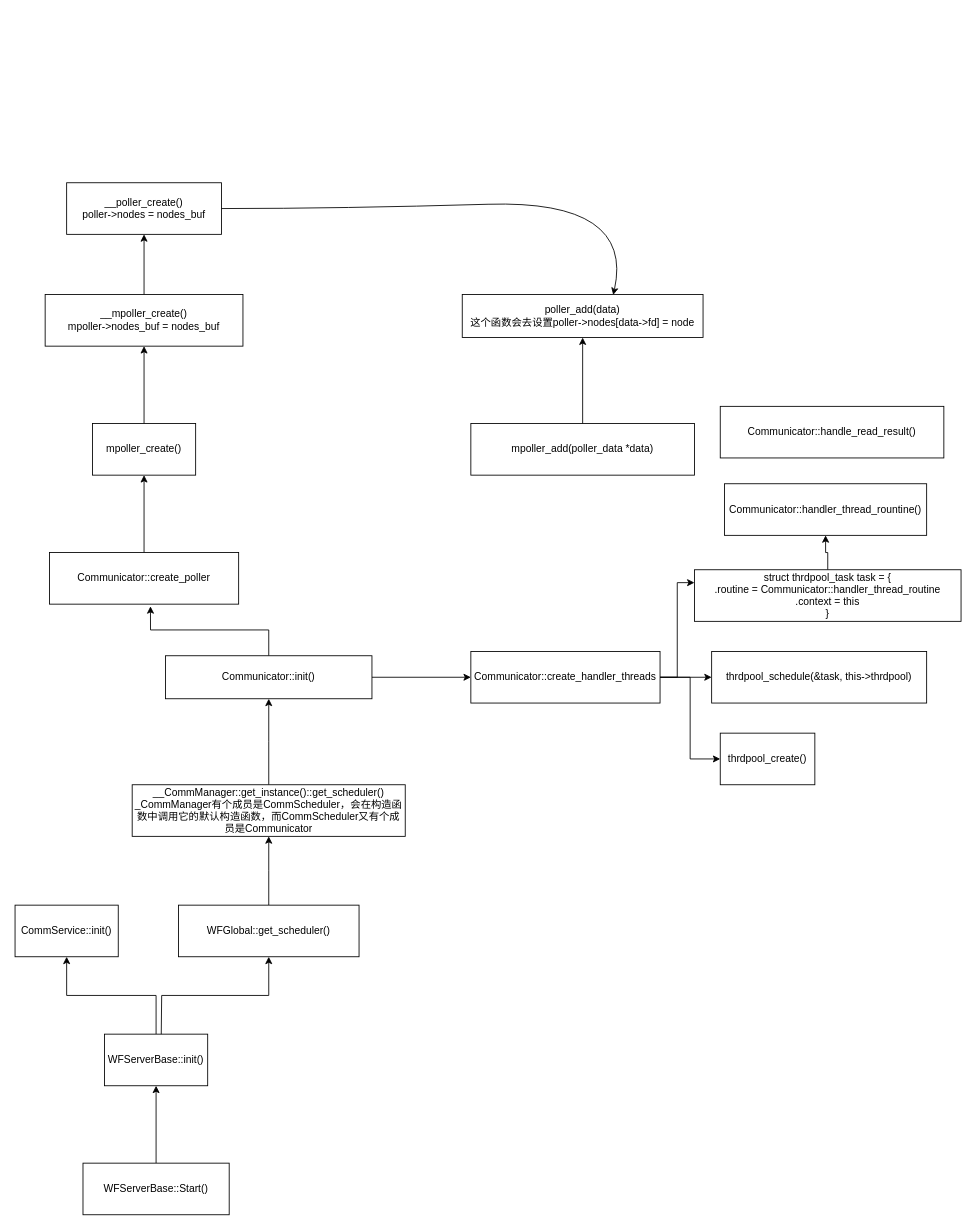
Before: Untitled Diagram.drawio in doudou215/regret_q_learning, a draw.io diagram. Source tidied: cells renumbered, new cells numbered last; positions are measured from the earlier drawing's top-left corner, leaving out a move shared by most shapes. Both pictures are drawn from the tidied source at 86%, with x=0, y=0 at pixel (15, 182).
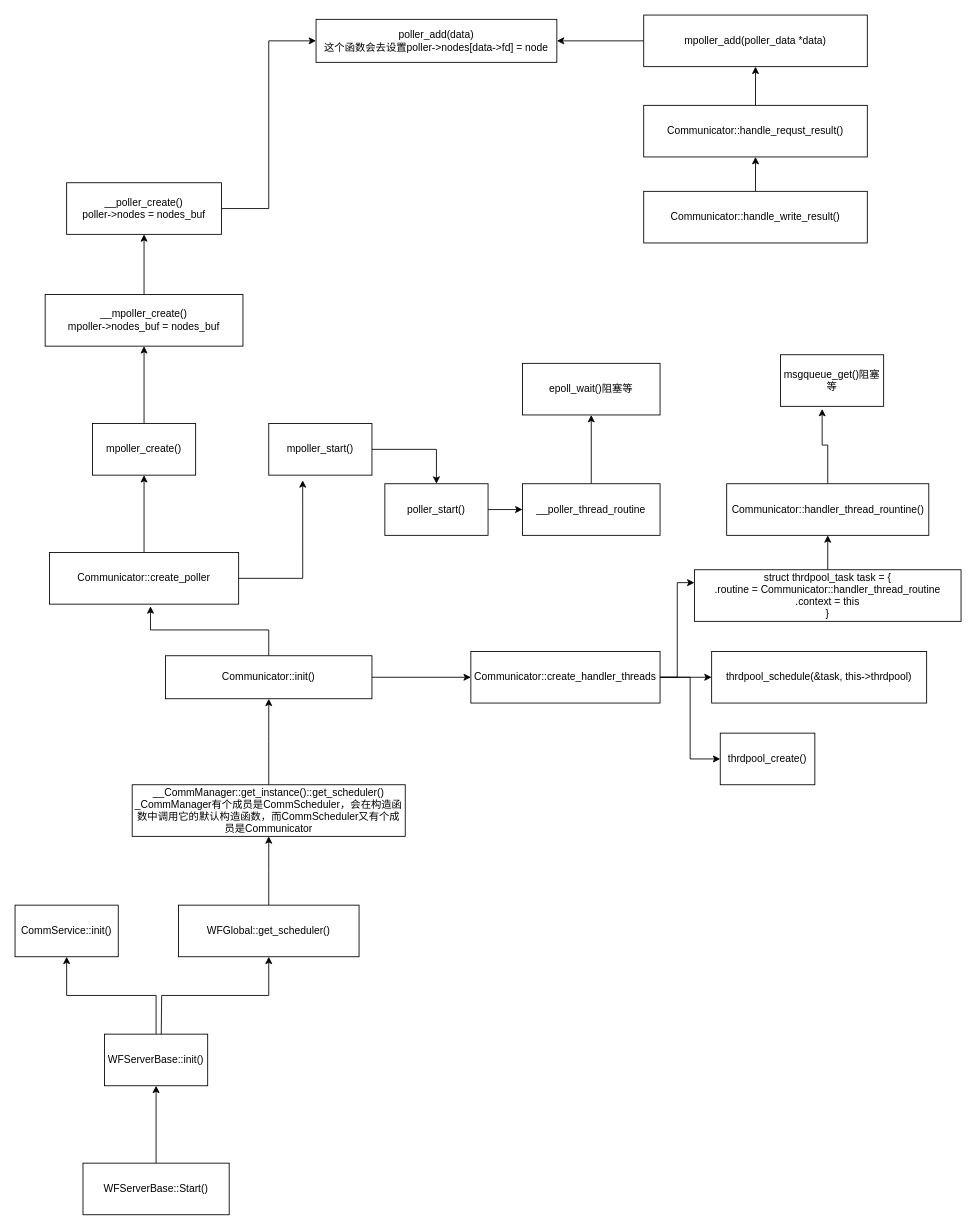
After the change.

The change refers to these unchanged cells:
```xml
<mxCell id="18" value="Communicator::create_poller" style="rounded=0;whiteSpace=wrap;html=1;" parent="1" vertex="1">
  <mxGeometry x="40" y="430" width="220" height="60" as="geometry" />
</mxCell>
<mxCell id="27" value="__poller_create()&lt;br&gt;poller-&amp;gt;nodes = nodes_buf" style="rounded=0;whiteSpace=wrap;html=1;" parent="1" vertex="1">
  <mxGeometry x="60" width="180" height="60" as="geometry" />
</mxCell>
```

The edit, as a diff of the source:
```diff
@@
+    <mxCell id="36" style="edgeStyle=orthogonalEdgeStyle;rounded=0;jettySize=auto;html=1;entryX=0.329;entryY=1.1;entryDx=0;entryDy=0;entryPerimeter=0;startArrow=none;startFill=0;endArrow=classic;endFill=1;" parent="1" edge="1" source="18" target="42">
+      <mxGeometry relative="1" as="geometry" />
+    </mxCell>
@@
     <mxCell id="25" value="mpoller_add(poller_data *data)" style="rounded=0;whiteSpace=wrap;html=1;" parent="1" vertex="1">
-      <mxGeometry x="530" y="280" width="260" height="60" as="geometry" />
+      <mxGeometry x="731" y="-195" width="260" height="60" as="geometry" />
     </mxCell>
     <mxCell id="26" value="poller_add(data)&lt;br&gt;这个函数会去设置poller-&amp;gt;nodes[data-&amp;gt;fd] = node" style="rounded=0;whiteSpace=wrap;html=1;" parent="1" vertex="1">
-      <mxGeometry x="520" y="130" width="280" height="50" as="geometry" />
+      <mxGeometry x="350" y="-190" width="280" height="50" as="geometry" />
     </mxCell>
+    <mxCell id="28" style="edgeStyle=orthogonalEdgeStyle;rounded=0;jettySize=auto;html=1;entryX=0;entryY=0.5;entryDx=0;entryDy=0;startArrow=none;startFill=0;endArrow=classic;endFill=1;" parent="1" edge="1" source="27" target="26">
+      <mxGeometry relative="1" as="geometry" />
+    </mxCell>
@@
-    <mxCell id="28" style="curved=1;endArrow=classic;html=1;rounded=0;exitX=1;exitY=0.5;exitDx=0;exitDy=0;entryX=0.627;entryY=0.01;entryDx=0;entryDy=0;entryPerimeter=0;" parent="1" edge="1" source="27" target="26">
-      <mxGeometry relative="1" as="geometry">
-        <Array as="points">
-          <mxPoint x="380" y="30" />
-          <mxPoint x="720" y="20" />
-        </Array>
-      </mxGeometry>
-    </mxCell>
@@
+    <mxCell id="37" style="edgeStyle=orthogonalEdgeStyle;rounded=0;jettySize=auto;html=1;entryX=0.404;entryY=1.05;entryDx=0;entryDy=0;entryPerimeter=0;startArrow=none;startFill=0;endArrow=classic;endFill=1;" parent="1" edge="1" source="34" target="47">
+      <mxGeometry relative="1" as="geometry" />
+    </mxCell>
     <mxCell id="34" value="Communicator::handler_thread_rountine()" style="rounded=0;whiteSpace=wrap;html=1;" parent="1" vertex="1">
-      <mxGeometry x="825" y="350" width="235" height="60" as="geometry" />
+      <mxGeometry x="827.5" y="350" width="235" height="60" as="geometry" />
     </mxCell>
+    <mxCell id="38" style="edgeStyle=orthogonalEdgeStyle;rounded=0;jettySize=auto;html=1;startArrow=none;startFill=0;endArrow=classic;endFill=1;" parent="1" edge="1" source="35" target="40">
+      <mxGeometry relative="1" as="geometry" />
+    </mxCell>
-    <mxCell id="35" value="Communicator::handle_read_result()" style="rounded=0;whiteSpace=wrap;html=1;" parent="1" vertex="1">
-      <mxGeometry x="820" y="260" width="260" height="60" as="geometry" />
+    <mxCell id="35" value="Communicator::handle_write_result()" style="rounded=0;whiteSpace=wrap;html=1;" parent="1" vertex="1">
+      <mxGeometry x="731" y="10" width="260" height="60" as="geometry" />
     </mxCell>
+    <mxCell id="39" style="edgeStyle=orthogonalEdgeStyle;rounded=0;jettySize=auto;html=1;startArrow=none;startFill=0;endArrow=classic;endFill=1;" parent="1" edge="1" source="40" target="25">
+      <mxGeometry relative="1" as="geometry" />
+    </mxCell>
+    <mxCell id="40" value="Communicator::handle_requst_result()" style="rounded=0;whiteSpace=wrap;html=1;" parent="1" vertex="1">
+      <mxGeometry x="731" y="-90" width="260" height="60" as="geometry" />
+    </mxCell>
+    <mxCell id="41" style="edgeStyle=orthogonalEdgeStyle;rounded=0;jettySize=auto;html=1;startArrow=none;startFill=0;endArrow=classic;endFill=1;" parent="1" edge="1" source="42" target="44">
+      <mxGeometry relative="1" as="geometry" />
+    </mxCell>
+    <mxCell id="42" value="mpoller_start()" style="rounded=0;whiteSpace=wrap;html=1;" parent="1" vertex="1">
+      <mxGeometry x="295" y="280" width="120" height="60" as="geometry" />
+    </mxCell>
+    <mxCell id="43" style="edgeStyle=orthogonalEdgeStyle;rounded=0;jettySize=auto;html=1;startArrow=none;startFill=0;endArrow=classic;endFill=1;" parent="1" edge="1" source="44" target="46">
+      <mxGeometry relative="1" as="geometry" />
+    </mxCell>
+    <mxCell id="44" value="poller_start()" style="whiteSpace=wrap;html=1;rounded=0;" parent="1" vertex="1">
+      <mxGeometry x="430" y="350" width="120" height="60" as="geometry" />
+    </mxCell>
+    <mxCell id="45" style="edgeStyle=orthogonalEdgeStyle;rounded=0;jettySize=auto;html=1;startArrow=none;startFill=0;endArrow=classic;endFill=1;" parent="1" edge="1" source="46" target="48">
+      <mxGeometry relative="1" as="geometry" />
+    </mxCell>
+    <mxCell id="46" value="__poller_thread_routine" style="rounded=0;whiteSpace=wrap;html=1;" parent="1" vertex="1">
+      <mxGeometry x="590" y="350" width="160" height="60" as="geometry" />
+    </mxCell>
+    <mxCell id="47" value="msgqueue_get()阻塞等" style="rounded=0;whiteSpace=wrap;html=1;" parent="1" vertex="1">
+      <mxGeometry x="890" y="200" width="120" height="60" as="geometry" />
+    </mxCell>
+    <mxCell id="48" value="epoll_wait()阻塞等" style="rounded=0;whiteSpace=wrap;html=1;" parent="1" vertex="1">
+      <mxGeometry x="590" y="210" width="160" height="60" as="geometry" />
+    </mxCell>
```
